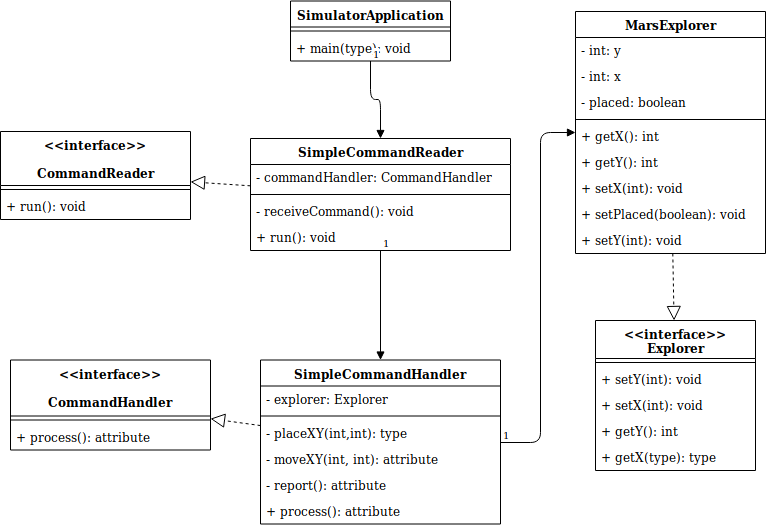
Animalone/Mars_Simulator keeps this draw.io diagram as UML.png. Above is the earlier version. Source tidied: cells renumbered, new cells last; positions are measured from the earlier drawing's top-left corner, leaving out a move shared by most shapes.
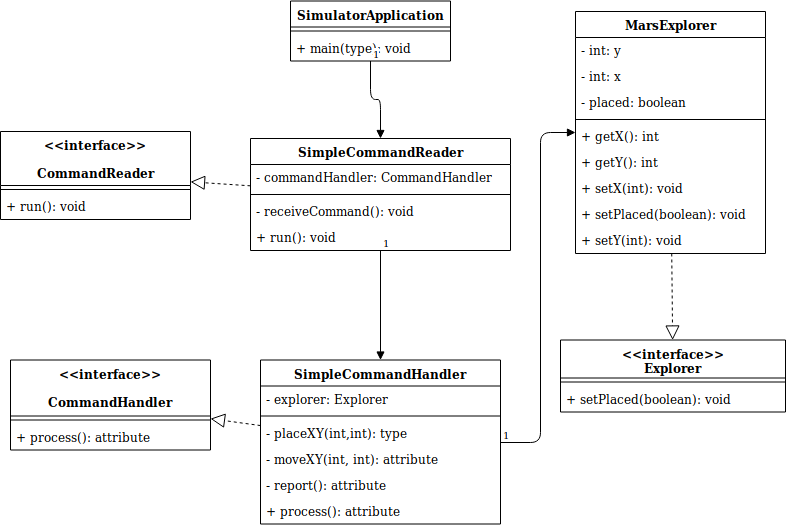
The same diagram one commit later.

Commit message:
refine UML, refine Explorer interface

The edit, as a diff of the source:
```diff
@@ -72,23 +72,14 @@
       <mxGeometry y="138" width="240" height="26" as="geometry" />
     </mxCell>
     <mxCell id="25" value="&lt;&lt;interface&gt;&gt;&#10;Explorer" style="swimlane;fontStyle=1;align=center;verticalAlign=top;horizontal=1;startSize=38;" parent="1" vertex="1">
-      <mxGeometry x="595" y="320" width="160" height="150" as="geometry" />
+      <mxGeometry x="560" y="339.5" width="225" height="72" as="geometry" />
     </mxCell>
     <mxCell id="26" style="line;strokeWidth=1;fillColor=none;align=left;verticalAlign=middle;spacingTop=-1;spacingLeft=3;spacingRight=3;labelPosition=right;" parent="25" vertex="1">
-      <mxGeometry y="38" width="160" height="8" as="geometry" />
+      <mxGeometry y="38" width="225" height="8" as="geometry" />
     </mxCell>
-    <mxCell id="27" value="+ setY(int): void&#10;" style="text;strokeColor=none;fillColor=none;align=left;verticalAlign=top;spacingLeft=4;spacingRight=4;overflow=hidden;" parent="25" vertex="1">
-      <mxGeometry y="46" width="160" height="26" as="geometry" />
-    </mxCell>
-    <mxCell id="28" value="+ setX(int): void" style="text;strokeColor=none;fillColor=none;align=left;verticalAlign=top;spacingLeft=4;spacingRight=4;overflow=hidden;" parent="25" vertex="1">
-      <mxGeometry y="72" width="160" height="26" as="geometry" />
-    </mxCell>
-    <mxCell id="29" value="+ getY(): int" style="text;strokeColor=none;fillColor=none;align=left;verticalAlign=top;spacingLeft=4;spacingRight=4;overflow=hidden;" parent="25" vertex="1">
-      <mxGeometry y="98" width="160" height="26" as="geometry" />
-    </mxCell>
-    <mxCell id="30" value="+ getX(type): type" style="text;strokeColor=none;fillColor=none;align=left;verticalAlign=top;spacingLeft=4;spacingRight=4;overflow=hidden;" parent="25" vertex="1">
-      <mxGeometry y="124" width="160" height="26" as="geometry" />
-    </mxCell>
+    <mxCell id="48" value="+ setPlaced(boolean): void" style="text;strokeColor=none;fillColor=none;align=left;verticalAlign=top;spacingLeft=4;spacingRight=4;overflow=hidden;" parent="25" vertex="1">
+      <mxGeometry y="46" width="225" height="26" as="geometry" />
+    </mxCell>
     <mxCell id="31" style="endArrow=block;dashed=1;endFill=0;endSize=12;html=1;" parent="1" edge="1" source="18" target="2">
       <mxGeometry relative="1" as="geometry" />
     </mxCell>
```
